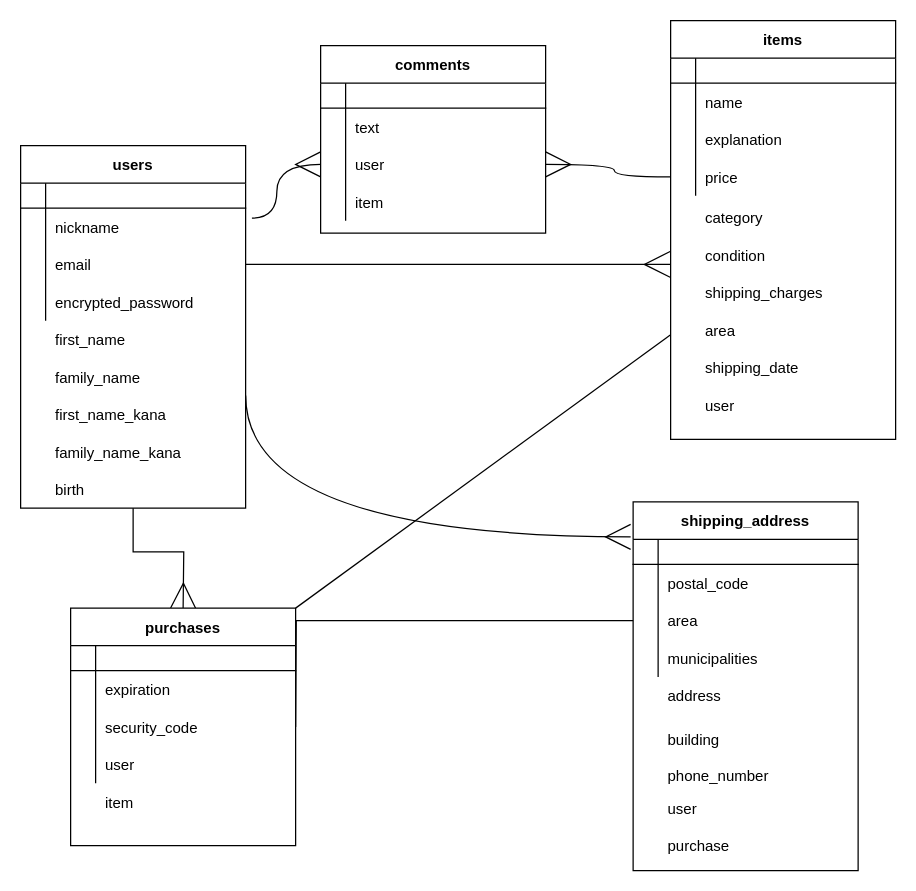
The draw.io diagram furima.dio in shoootm/furima-31653, before the edit. Source tidied: cells renumbered, new cells numbered last; positions are measured from the earlier drawing's top-left corner, leaving out a move shared by most shapes. Both pictures are drawn from the tidied source at 125%, with x=0, y=0 at pixel (20, 20).
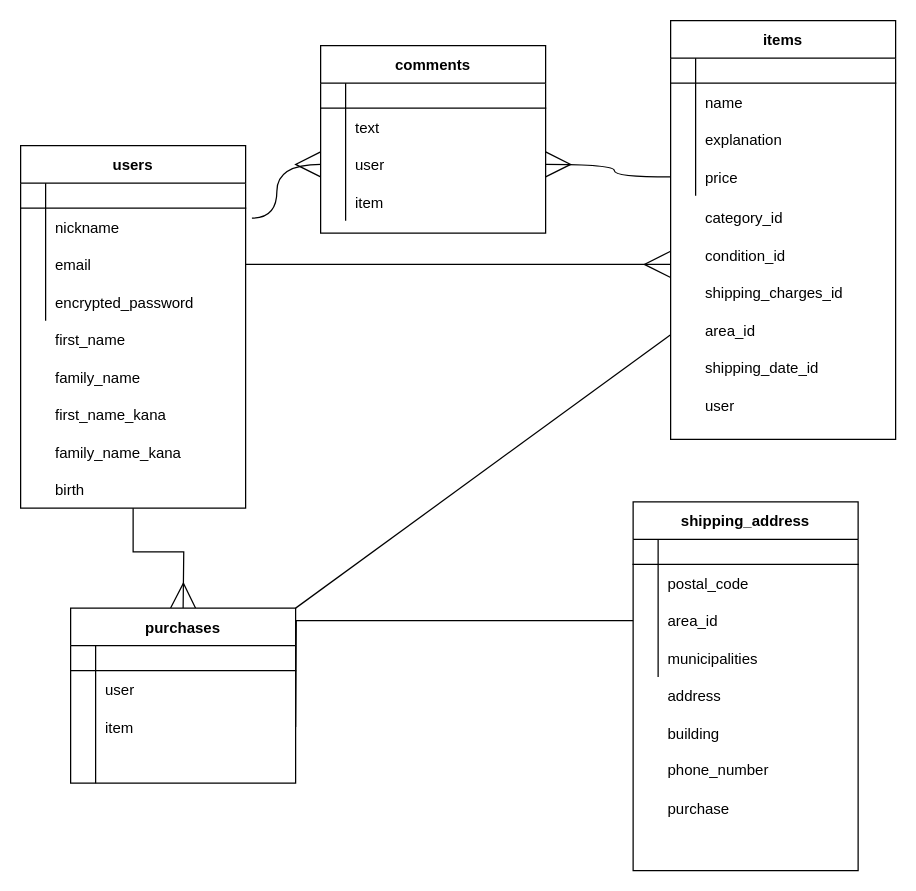
After the change.

Commit message (it also covers changes not shown here):
データベース設計”指摘された問題点の修正”(3)

The change refers to these unchanged cells:
```xml
<mxCell id="52" style="shape=partialRectangle;fillColor=none;top=0;left=0;bottom=0;right=0;" parent="48" vertex="1">
  <mxGeometry y="50" width="180" height="30" as="geometry" />
</mxCell>
<mxCell id="55" style="shape=partialRectangle;fillColor=none;top=0;left=0;bottom=0;right=0;" parent="48" vertex="1">
  <mxGeometry y="80" width="180" height="30" as="geometry" />
</mxCell>
<mxCell id="58" style="shape=partialRectangle;fillColor=none;top=0;left=0;bottom=0;right=0;" parent="48" vertex="1">
  <mxGeometry y="110" width="180" height="30" as="geometry" />
</mxCell>
<mxCell id="74" value="shipping_address" style="shape=table;startSize=30;childLayout=tableLayout;rowLines=0;fontStyle=1;align=center;" parent="1" vertex="1">
  <mxGeometry x="490" y="385" width="180" height="295" as="geometry" />
</mxCell>
<mxCell id="81" style="shape=partialRectangle;fillColor=none;top=0;left=0;bottom=0;right=0;points=[[0,0.5],[1,0.5]];portConstraint=eastwest;" parent="74" vertex="1">
  <mxGeometry y="80" width="180" height="30" as="geometry" />
</mxCell>
```

Change to the diagram source:
```diff
@@
-    <mxCell id="3" value="category" style="shape=partialRectangle;fillColor=none;top=0;left=0;bottom=0;right=0;align=left;spacingLeft=6;overflow=hidden;" parent="1" vertex="1">
+    <mxCell id="3" value="category_id" style="shape=partialRectangle;fillColor=none;top=0;left=0;bottom=0;right=0;align=left;spacingLeft=6;overflow=hidden;" parent="1" vertex="1">
       <mxGeometry x="540" y="142.5" width="160" height="30" as="geometry" />
     </mxCell>
-    <mxCell id="4" value="shipping_charges" style="shape=partialRectangle;fillColor=none;top=0;left=0;bottom=0;right=0;align=left;spacingLeft=6;overflow=hidden;" parent="1" vertex="1">
+    <mxCell id="4" value="shipping_charges_id" style="shape=partialRectangle;fillColor=none;top=0;left=0;bottom=0;right=0;align=left;spacingLeft=6;overflow=hidden;" parent="1" vertex="1">
       <mxGeometry x="540" y="202.5" width="160" height="30" as="geometry" />
     </mxCell>
-    <mxCell id="5" value="condition" style="shape=partialRectangle;fillColor=none;top=0;left=0;bottom=0;right=0;align=left;spacingLeft=6;overflow=hidden;" parent="1" vertex="1">
+    <mxCell id="5" value="condition_id" style="shape=partialRectangle;fillColor=none;top=0;left=0;bottom=0;right=0;align=left;spacingLeft=6;overflow=hidden;" parent="1" vertex="1">
       <mxGeometry x="540" y="172.5" width="160" height="30" as="geometry" />
     </mxCell>
-    <mxCell id="6" value="area" style="shape=partialRectangle;fillColor=none;top=0;left=0;bottom=0;right=0;align=left;spacingLeft=6;overflow=hidden;" parent="1" vertex="1">
+    <mxCell id="6" value="area_id" style="shape=partialRectangle;fillColor=none;top=0;left=0;bottom=0;right=0;align=left;spacingLeft=6;overflow=hidden;" parent="1" vertex="1">
       <mxGeometry x="540" y="232.5" width="160" height="30" as="geometry" />
     </mxCell>
-    <mxCell id="7" value="shipping_date" style="shape=partialRectangle;fillColor=none;top=0;left=0;bottom=0;right=0;align=left;spacingLeft=6;overflow=hidden;" parent="1" vertex="1">
+    <mxCell id="7" value="shipping_date_id" style="shape=partialRectangle;fillColor=none;top=0;left=0;bottom=0;right=0;align=left;spacingLeft=6;overflow=hidden;" parent="1" vertex="1">
       <mxGeometry x="540" y="262.5" width="160" height="30" as="geometry" />
     </mxCell>
@@
-    <mxCell id="9" style="rounded=0;jettySize=auto;html=1;exitX=-0.011;exitY=0.095;exitDx=0;exitDy=0;endArrow=none;endFill=0;endSize=18;targetPerimeterSpacing=0;strokeWidth=1;startArrow=ERmany;startFill=0;startSize=18;exitPerimeter=0;edgeStyle=orthogonalEdgeStyle;curved=1;" parent="1" edge="1" source="74">
-      <mxGeometry relative="1" as="geometry">
-        <mxPoint x="180" y="300" as="targetPoint" />
-      </mxGeometry>
-    </mxCell>
@@
-    <mxCell id="47" value="item" style="shape=partialRectangle;fillColor=none;top=0;left=0;bottom=0;right=0;align=left;spacingLeft=6;overflow=hidden;" parent="1" vertex="1">
-      <mxGeometry x="60" y="610" width="160" height="30" as="geometry" />
-    </mxCell>
     <mxCell id="48" value="purchases" style="shape=table;startSize=30;childLayout=tableLayout;rowLines=0;fontStyle=1;align=center;" parent="1" vertex="1">
-      <mxGeometry x="40" y="470" width="180" height="190" as="geometry" />
+      <mxGeometry x="40" y="470" width="180" height="140" as="geometry" />
     </mxCell>
@@
-    <mxCell id="54" value="expiration" style="shape=partialRectangle;fillColor=none;top=0;left=0;bottom=0;right=0;align=left;spacingLeft=6;overflow=hidden;" parent="52" vertex="1">
+    <mxCell id="54" value="user" style="shape=partialRectangle;fillColor=none;top=0;left=0;bottom=0;right=0;align=left;spacingLeft=6;overflow=hidden;" parent="52" vertex="1">
       <mxGeometry x="20" width="160" height="30" as="geometry" />
     </mxCell>
@@
-    <mxCell id="57" value="security_code" style="shape=partialRectangle;fillColor=none;top=0;left=0;bottom=0;right=0;align=left;spacingLeft=6;overflow=hidden;" parent="55" vertex="1">
+    <mxCell id="57" value="item" style="shape=partialRectangle;fillColor=none;top=0;left=0;bottom=0;right=0;align=left;spacingLeft=6;overflow=hidden;" parent="55" vertex="1">
       <mxGeometry x="20" width="160" height="30" as="geometry" />
     </mxCell>
@@
-    <mxCell id="60" value="user" style="shape=partialRectangle;fillColor=none;top=0;left=0;bottom=0;right=0;align=left;spacingLeft=6;overflow=hidden;" parent="58" vertex="1">
+    <mxCell id="60" style="shape=partialRectangle;fillColor=none;top=0;left=0;bottom=0;right=0;align=left;spacingLeft=6;overflow=hidden;" parent="58" vertex="1">
       <mxGeometry x="20" width="160" height="30" as="geometry" />
     </mxCell>
@@
-    <mxCell id="83" value="area" style="shape=partialRectangle;fillColor=none;top=0;left=0;bottom=0;right=0;align=left;spacingLeft=6;overflow=hidden;" parent="81" vertex="1">
+    <mxCell id="83" value="area_id" style="shape=partialRectangle;fillColor=none;top=0;left=0;bottom=0;right=0;align=left;spacingLeft=6;overflow=hidden;" parent="81" vertex="1">
       <mxGeometry x="20" width="160" height="30" as="geometry" />
     </mxCell>
@@
     <mxCell id="88" value="building" style="shape=partialRectangle;fillColor=none;top=0;left=0;bottom=0;right=0;align=left;spacingLeft=6;overflow=hidden;" parent="1" vertex="1">
-      <mxGeometry x="510" y="560" width="160" height="30" as="geometry" />
+      <mxGeometry x="510" y="555" width="160" height="30" as="geometry" />
     </mxCell>
     <mxCell id="89" value="phone_number" style="shape=partialRectangle;fillColor=none;top=0;left=0;bottom=0;right=0;align=left;spacingLeft=6;overflow=hidden;" parent="1" vertex="1">
-      <mxGeometry x="510" y="592.5" width="160" height="22.5" as="geometry" />
+      <mxGeometry x="510" y="587.5" width="160" height="22.5" as="geometry" />
     </mxCell>
-    <mxCell id="90" value="user" style="shape=partialRectangle;fillColor=none;top=0;left=0;bottom=0;right=0;align=left;spacingLeft=6;overflow=hidden;" parent="1" vertex="1">
+    <mxCell id="90" value="purchase" style="shape=partialRectangle;fillColor=none;top=0;left=0;bottom=0;right=0;align=left;spacingLeft=6;overflow=hidden;" parent="1" vertex="1">
       <mxGeometry x="510" y="615" width="160" height="30" as="geometry" />
     </mxCell>
-    <mxCell id="91" value="purchase" style="shape=partialRectangle;fillColor=none;top=0;left=0;bottom=0;right=0;align=left;spacingLeft=6;overflow=hidden;" parent="1" vertex="1">
-      <mxGeometry x="510" y="645" width="160" height="30" as="geometry" />
-    </mxCell>
```
